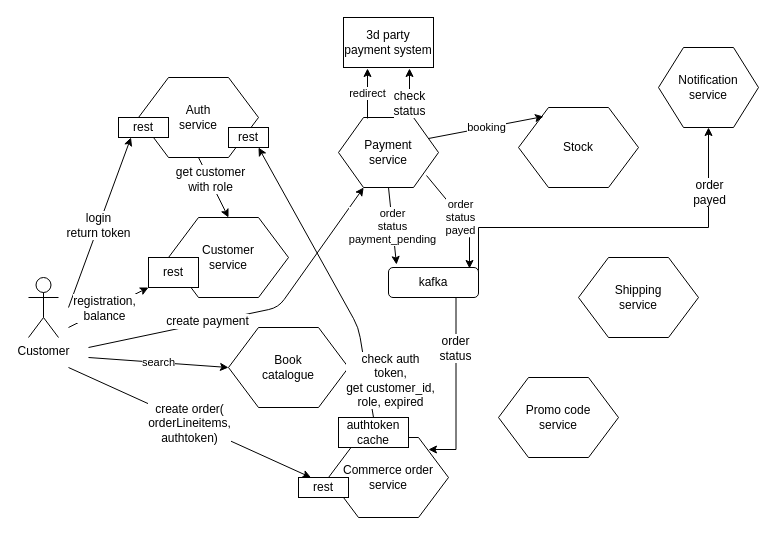
Earlier version of the draw.io diagram microservices-doc/drawio/store-microservice.drawio (skallod/architecture). Source tidied: cells renumbered, new cells numbered last; positions are measured from the earlier drawing's top-left corner, leaving out a move shared by most shapes. Both pictures are drawn from the tidied source at 100%, with x=0, y=0 at pixel (28, 17).
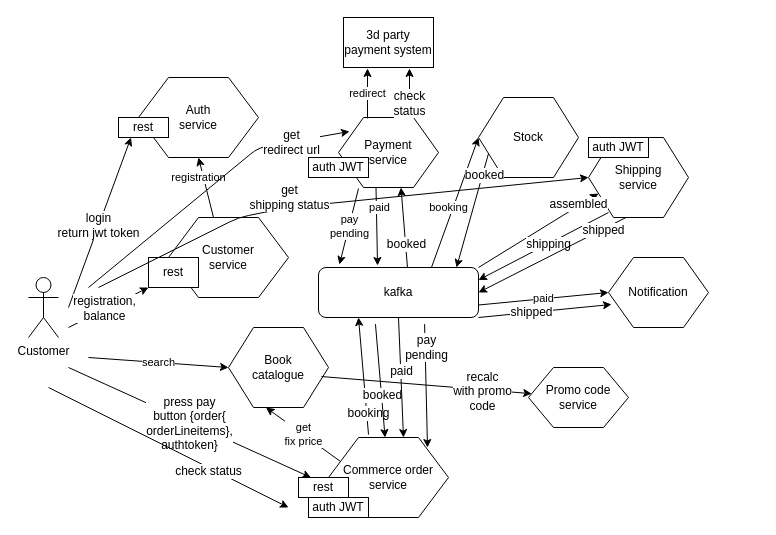
The same page after the edit.

Commit message (it also covers changes not shown here):
service description

The change refers to these unchanged cells:
```xml
<mxCell id="2" value="Auth&lt;br&gt;service" style="shape=hexagon;perimeter=hexagonPerimeter2;whiteSpace=wrap;html=1;" parent="1" vertex="1">
  <mxGeometry x="110" y="60" width="120" height="80" as="geometry" />
</mxCell>
<mxCell id="4" value="Customer&lt;br&gt;service" style="shape=hexagon;perimeter=hexagonPerimeter2;whiteSpace=wrap;html=1;" parent="1" vertex="1">
  <mxGeometry x="140" y="200" width="120" height="80" as="geometry" />
</mxCell>
<mxCell id="5" value="Payment&lt;br&gt;service" style="shape=hexagon;perimeter=hexagonPerimeter2;whiteSpace=wrap;html=1;" parent="1" vertex="1">
  <mxGeometry x="310" y="100" width="100" height="70" as="geometry" />
</mxCell>
<mxCell id="11" value="Commerce order&lt;br&gt;service" style="shape=hexagon;perimeter=hexagonPerimeter2;whiteSpace=wrap;html=1;" parent="1" vertex="1">
  <mxGeometry x="300" y="420" width="120" height="80" as="geometry" />
</mxCell>
<mxCell id="12" style="endArrow=classic;html=1;entryX=0.25;entryY=1;entryDx=0;entryDy=0;" parent="1" edge="1" target="9">
  <mxGeometry relative="1" as="geometry">
    <mxPoint x="40" y="290" as="sourcePoint" />
  </mxGeometry>
</mxCell>
<mxCell id="25" style="endArrow=classic;html=1;entryX=0.25;entryY=0;entryDx=0;entryDy=0;" parent="1" edge="1" target="29">
  <mxGeometry relative="1" as="geometry">
    <mxPoint x="40" y="350" as="sourcePoint" />
  </mxGeometry>
</mxCell>
```

Change to the diagram source:
```diff
@@
     <mxCell id="3" value="Book&lt;br&gt;catalogue" style="shape=hexagon;perimeter=hexagonPerimeter2;whiteSpace=wrap;html=1;" parent="1" vertex="1">
-      <mxGeometry x="200" y="310" width="120" height="80" as="geometry" />
+      <mxGeometry x="200" y="310" width="100" height="80" as="geometry" />
     </mxCell>
@@
     <mxCell id="6" value="Stock" style="shape=hexagon;perimeter=hexagonPerimeter2;whiteSpace=wrap;html=1;" parent="1" vertex="1">
-      <mxGeometry x="490" y="90" width="120" height="80" as="geometry" />
+      <mxGeometry x="450" y="80" width="100" height="80" as="geometry" />
     </mxCell>
     <mxCell id="7" value="Promo code&lt;br&gt;service" style="shape=hexagon;perimeter=hexagonPerimeter2;whiteSpace=wrap;html=1;" parent="1" vertex="1">
-      <mxGeometry x="470" y="360" width="120" height="80" as="geometry" />
+      <mxGeometry x="500" y="350" width="100" height="60" as="geometry" />
     </mxCell>
-    <mxCell id="8" value="Shipping&lt;br&gt;service" style="shape=hexagon;perimeter=hexagonPerimeter2;whiteSpace=wrap;html=1;" parent="1" vertex="1">
-      <mxGeometry x="550" y="240" width="120" height="80" as="geometry" />
+    <mxCell id="8" value="Notification" style="shape=hexagon;perimeter=hexagonPerimeter2;whiteSpace=wrap;html=1;" parent="1" vertex="1">
+      <mxGeometry x="580" y="240" width="100" height="70" as="geometry" />
     </mxCell>
@@
-    <mxCell id="13" value="login&lt;br&gt;return token" style="text;html=1;align=center;verticalAlign=middle;labelBackgroundColor=#ffffff;" parent="12" vertex="1">
+    <mxCell id="13" value="login&lt;br&gt;return jwt token" style="text;html=1;align=center;verticalAlign=middle;labelBackgroundColor=#ffffff;" parent="12" vertex="1">
       <mxGeometry x="-0.03" y="1" relative="1" as="geometry" />
     </mxCell>
-    <mxCell id="14" style="endArrow=classic;html=1;exitX=0.5;exitY=1;exitDx=0;exitDy=0;entryX=0.5;entryY=0;entryDx=0;entryDy=0;" parent="1" edge="1" source="2" target="4">
-      <mxGeometry relative="1" as="geometry" />
-    </mxCell>
-    <mxCell id="15" value="get customer&lt;br&gt;with role" style="text;html=1;align=center;verticalAlign=middle;labelBackgroundColor=#ffffff;" parent="14" vertex="1">
-      <mxGeometry x="-0.28" y="1" relative="1" as="geometry" />
-    </mxCell>
@@
-    <mxCell id="19" value="Notification&lt;br&gt;service" style="shape=hexagon;perimeter=hexagonPerimeter2;whiteSpace=wrap;html=1;" parent="1" vertex="1">
-      <mxGeometry x="630" y="30" width="100" height="80" as="geometry" />
+    <mxCell id="19" value="Shipping&lt;br&gt;service" style="shape=hexagon;perimeter=hexagonPerimeter2;whiteSpace=wrap;html=1;" parent="1" vertex="1">
+      <mxGeometry x="560" y="120" width="100" height="80" as="geometry" />
     </mxCell>
-    <mxCell id="20" style="edgeStyle=orthogonalEdgeStyle;rounded=0;jettySize=auto;html=1;exitX=0.75;exitY=1;exitDx=0;exitDy=0;entryX=0.833;entryY=0.15;entryDx=0;entryDy=0;entryPerimeter=0;" parent="1" edge="1" source="24" target="11">
-      <mxGeometry relative="1" as="geometry">
-        <Array as="points">
-          <mxPoint x="428" y="432" />
-        </Array>
-      </mxGeometry>
-    </mxCell>
-    <mxCell id="21" value="order&lt;br&gt;status" style="text;html=1;align=center;verticalAlign=middle;labelBackgroundColor=#ffffff;" parent="20" vertex="1">
-      <mxGeometry x="-0.44" y="-1" relative="1" as="geometry" />
-    </mxCell>
-    <mxCell id="22" style="edgeStyle=orthogonalEdgeStyle;rounded=0;jettySize=auto;html=1;exitX=1;exitY=0.5;exitDx=0;exitDy=0;entryX=0.5;entryY=1;entryDx=0;entryDy=0;" parent="1" edge="1" source="24" target="19">
-      <mxGeometry relative="1" as="geometry">
-        <Array as="points">
-          <mxPoint x="450" y="210" />
-          <mxPoint x="680" y="210" />
-        </Array>
-      </mxGeometry>
-    </mxCell>
-    <mxCell id="23" value="order&lt;br&gt;payed" style="text;html=1;align=center;verticalAlign=middle;labelBackgroundColor=#ffffff;" parent="22" vertex="1">
-      <mxGeometry x="0.67" relative="1" as="geometry" />
-    </mxCell>
     <mxCell id="24" value="kafka" style="rounded=1;whiteSpace=wrap;html=1;" parent="1" vertex="1">
-      <mxGeometry x="360" y="250" width="90" height="30" as="geometry" />
+      <mxGeometry x="290" y="250" width="160" height="50" as="geometry" />
     </mxCell>
@@
-    <mxCell id="26" value="create order(&lt;br&gt;orderLineitems,&lt;br&gt;authtoken)" style="text;html=1;align=center;verticalAlign=middle;labelBackgroundColor=#ffffff;" parent="25" vertex="1">
+    <mxCell id="26" value="press pay&lt;br&gt;button {order{&lt;br&gt;orderLineitems},&lt;br&gt;authtoken}" style="text;html=1;align=center;verticalAlign=middle;labelBackgroundColor=#ffffff;" parent="25" vertex="1">
       <mxGeometry y="-1" relative="1" as="geometry" />
     </mxCell>
-    <mxCell id="27" style="endArrow=classic;html=1;exitX=0.5;exitY=0;exitDx=0;exitDy=0;entryX=0.75;entryY=1;entryDx=0;entryDy=0;" parent="1" edge="1" source="34" target="30">
-      <mxGeometry relative="1" as="geometry">
-        <Array as="points">
-          <mxPoint x="330" y="310" />
-        </Array>
-      </mxGeometry>
-    </mxCell>
-    <mxCell id="28" value="check auth&lt;br&gt;token,&lt;br&gt;get customer_id,&lt;br&gt;role, expired" style="text;html=1;align=center;verticalAlign=middle;labelBackgroundColor=#ffffff;" parent="27" vertex="1">
-      <mxGeometry x="0.16" y="-3" relative="1" as="geometry">
-        <mxPoint x="68.5" y="124.4" as="offset" />
-      </mxGeometry>
-    </mxCell>
@@
-    <mxCell id="30" value="rest" style="rounded=0;whiteSpace=wrap;html=1;" parent="1" vertex="1">
-      <mxGeometry x="200" y="110" width="40" height="20" as="geometry" />
-    </mxCell>
-    <mxCell id="31" style="endArrow=classic;html=1;" parent="1" edge="1" target="5">
-      <mxGeometry relative="1" as="geometry">
-        <mxPoint x="60" y="330" as="sourcePoint" />
-        <Array as="points">
-          <mxPoint x="250" y="290" />
-        </Array>
-      </mxGeometry>
-    </mxCell>
-    <mxCell id="32" value="create payment" style="text;html=1;align=center;verticalAlign=middle;labelBackgroundColor=#ffffff;" parent="31" vertex="1">
-      <mxGeometry x="-0.23" y="-1" relative="1" as="geometry">
-        <mxPoint x="-9.4" as="offset" />
-      </mxGeometry>
-    </mxCell>
@@
-    <mxCell id="34" value="authtoken cache" style="rounded=0;whiteSpace=wrap;html=1;" parent="1" vertex="1">
-      <mxGeometry x="310" y="400" width="70" height="30" as="geometry" />
+    <mxCell id="34" value="auth JWT" style="rounded=0;whiteSpace=wrap;html=1;" parent="1" vertex="1">
+      <mxGeometry x="280" y="480" width="60" height="20" as="geometry" />
     </mxCell>
@@
-    <mxCell id="39" value="order&lt;br&gt;status&lt;br&gt;payment_pending" style="endArrow=classic;html=1;exitX=0.5;exitY=1;exitDx=0;exitDy=0;entryX=0.089;entryY=-0.1;entryDx=0;entryDy=0;entryPerimeter=0;" parent="1" edge="1" source="5" target="24">
+    <mxCell id="39" value="pay&lt;br&gt;pending" style="endArrow=classic;html=1;exitX=0.2;exitY=1.014;exitDx=0;exitDy=0;exitPerimeter=0;entryX=0.131;entryY=-0.06;entryDx=0;entryDy=0;entryPerimeter=0;" parent="1" edge="1" source="5" target="24">
       <mxGeometry relative="1" as="geometry" />
     </mxCell>
-    <mxCell id="40" value="order&lt;br&gt;status&lt;br&gt;payed" style="endArrow=classic;html=1;exitX=0.88;exitY=0.829;exitDx=0;exitDy=0;exitPerimeter=0;entryX=0.9;entryY=0.033;entryDx=0;entryDy=0;entryPerimeter=0;" parent="1" edge="1" source="5" target="24">
-      <mxGeometry relative="1" as="geometry">
-        <Array as="points">
-          <mxPoint x="441" y="210" />
-        </Array>
-      </mxGeometry>
+    <mxCell id="40" value="paid" style="endArrow=classic;html=1;exitX=0.375;exitY=1;exitDx=0;exitDy=0;entryX=0.369;entryY=-0.04;entryDx=0;entryDy=0;entryPerimeter=0;" parent="1" edge="1" source="5" target="24">
+      <mxGeometry x="-0.5" y="3" relative="1" as="geometry" />
     </mxCell>
-    <mxCell id="41" value="booking" style="endArrow=classic;html=1;exitX=1;exitY=0.25;exitDx=0;exitDy=0;entryX=0.208;entryY=0.113;entryDx=0;entryDy=0;entryPerimeter=0;" parent="1" edge="1" source="5" target="6">
-      <mxGeometry relative="1" as="geometry" />
+    <mxCell id="41" value="booking" style="endArrow=classic;html=1;exitX=0.706;exitY=0;exitDx=0;exitDy=0;entryX=0;entryY=0.5;entryDx=0;entryDy=0;exitPerimeter=0;" parent="1" edge="1" source="24" target="6">
+      <mxGeometry x="-0.1" y="4" relative="1" as="geometry" />
     </mxCell>
+    <mxCell id="42" value="registration" style="endArrow=classic;html=1;exitX=0.375;exitY=0;exitDx=0;exitDy=0;entryX=0.5;entryY=1;entryDx=0;entryDy=0;" parent="1" edge="1" source="4" target="2">
+      <mxGeometry x="0.37" y="5" relative="1" as="geometry" />
+    </mxCell>
+    <mxCell id="43" style="endArrow=classic;html=1;entryX=0.25;entryY=1;entryDx=0;entryDy=0;" parent="1" edge="1" target="24">
+      <mxGeometry relative="1" as="geometry">
+        <mxPoint x="340" y="417" as="sourcePoint" />
+      </mxGeometry>
+    </mxCell>
+    <mxCell id="44" value="booking" style="text;html=1;align=center;verticalAlign=middle;labelBackgroundColor=#ffffff;" parent="43" vertex="1">
+      <mxGeometry x="-0.65" y="-1" relative="1" as="geometry" />
+    </mxCell>
+    <mxCell id="22" style="endArrow=classic;html=1;exitX=1;exitY=0;exitDx=0;exitDy=0;entryX=0;entryY=0.75;entryDx=0;entryDy=0;" parent="1" edge="1" source="24" target="19">
+      <mxGeometry relative="1" as="geometry" />
+    </mxCell>
+    <mxCell id="45" value="assembled" style="text;html=1;align=center;verticalAlign=middle;labelBackgroundColor=#ffffff;" parent="22" vertex="1">
+      <mxGeometry x="0.67" y="2" relative="1" as="geometry" />
+    </mxCell>
+    <mxCell id="46" style="endArrow=classic;html=1;exitX=0.356;exitY=1.133;exitDx=0;exitDy=0;exitPerimeter=0;" parent="1" edge="1" source="24" target="11">
+      <mxGeometry relative="1" as="geometry" />
+    </mxCell>
+    <mxCell id="47" value="booked" style="text;html=1;align=center;verticalAlign=middle;labelBackgroundColor=#ffffff;" parent="46" vertex="1">
+      <mxGeometry x="0.25" y="1" relative="1" as="geometry" />
+    </mxCell>
+    <mxCell id="48" style="endArrow=classic;html=1;exitX=0.5;exitY=1;exitDx=0;exitDy=0;entryX=0.625;entryY=0;entryDx=0;entryDy=0;" parent="1" edge="1" source="24" target="11">
+      <mxGeometry relative="1" as="geometry" />
+    </mxCell>
+    <mxCell id="49" value="paid" style="text;html=1;align=center;verticalAlign=middle;labelBackgroundColor=#ffffff;" parent="48" vertex="1">
+      <mxGeometry x="-0.24" y="1" relative="1" as="geometry">
+        <mxPoint y="7.1" as="offset" />
+      </mxGeometry>
+    </mxCell>
+    <mxCell id="50" style="endArrow=classic;html=1;exitX=0;exitY=0.75;exitDx=0;exitDy=0;" parent="1" edge="1" source="6">
+      <mxGeometry relative="1" as="geometry">
+        <mxPoint x="428" y="250" as="targetPoint" />
+      </mxGeometry>
+    </mxCell>
+    <mxCell id="51" value="booked" style="text;html=1;align=center;verticalAlign=middle;labelBackgroundColor=#ffffff;" parent="50" vertex="1">
+      <mxGeometry x="-0.63" y="1" relative="1" as="geometry" />
+    </mxCell>
+    <mxCell id="52" style="endArrow=classic;html=1;entryX=0.625;entryY=1;entryDx=0;entryDy=0;exitX=0.556;exitY=0;exitDx=0;exitDy=0;exitPerimeter=0;" parent="1" edge="1" source="24" target="5">
+      <mxGeometry relative="1" as="geometry" />
+    </mxCell>
+    <mxCell id="53" value="booked" style="text;html=1;align=center;verticalAlign=middle;labelBackgroundColor=#ffffff;" parent="52" vertex="1">
+      <mxGeometry x="-0.41" relative="1" as="geometry" />
+    </mxCell>
+    <mxCell id="54" style="endArrow=classic;html=1;exitX=0.663;exitY=1.133;exitDx=0;exitDy=0;exitPerimeter=0;entryX=0.825;entryY=0.125;entryDx=0;entryDy=0;entryPerimeter=0;" parent="1" edge="1" source="24" target="11">
+      <mxGeometry relative="1" as="geometry" />
+    </mxCell>
+    <mxCell id="55" value="pay&lt;br&gt;pending" style="text;html=1;align=center;verticalAlign=middle;labelBackgroundColor=#ffffff;" parent="54" vertex="1">
+      <mxGeometry x="-0.74" y="1" relative="1" as="geometry">
+        <mxPoint y="7" as="offset" />
+      </mxGeometry>
+    </mxCell>
+    <mxCell id="56" style="endArrow=classic;html=1;entryX=0.11;entryY=0.2;entryDx=0;entryDy=0;entryPerimeter=0;" parent="1" edge="1" target="5">
+      <mxGeometry relative="1" as="geometry">
+        <mxPoint x="60" y="270" as="sourcePoint" />
+        <Array as="points">
+          <mxPoint x="230" y="130" />
+        </Array>
+      </mxGeometry>
+    </mxCell>
+    <mxCell id="57" value="get&lt;br&gt;redirect url" style="text;html=1;align=center;verticalAlign=middle;labelBackgroundColor=#ffffff;" parent="56" vertex="1">
+      <mxGeometry x="0.62" relative="1" as="geometry" />
+    </mxCell>
+    <mxCell id="58" style="endArrow=classic;html=1;entryX=1;entryY=0.25;entryDx=0;entryDy=0;exitX=0.2;exitY=0.938;exitDx=0;exitDy=0;exitPerimeter=0;" parent="1" edge="1" source="19" target="24">
+      <mxGeometry relative="1" as="geometry" />
+    </mxCell>
+    <mxCell id="59" value="shipping" style="text;html=1;align=center;verticalAlign=middle;labelBackgroundColor=#ffffff;" parent="58" vertex="1">
+      <mxGeometry x="-0.39" relative="1" as="geometry">
+        <mxPoint x="-20.8" y="10.9" as="offset" />
+      </mxGeometry>
+    </mxCell>
+    <mxCell id="60" style="endArrow=classic;html=1;exitX=0.375;exitY=1;exitDx=0;exitDy=0;entryX=1;entryY=0.5;entryDx=0;entryDy=0;" parent="1" edge="1" source="19" target="24">
+      <mxGeometry relative="1" as="geometry" />
+    </mxCell>
+    <mxCell id="61" value="shipped" style="text;html=1;align=center;verticalAlign=middle;labelBackgroundColor=#ffffff;" parent="60" vertex="1">
+      <mxGeometry x="-0.67" relative="1" as="geometry">
+        <mxPoint x="1" as="offset" />
+      </mxGeometry>
+    </mxCell>
+    <mxCell id="62" value="paid" style="endArrow=classic;html=1;entryX=0;entryY=0.5;entryDx=0;entryDy=0;exitX=1;exitY=0.75;exitDx=0;exitDy=0;" parent="1" edge="1" source="24" target="8">
+      <mxGeometry relative="1" as="geometry" />
+    </mxCell>
+    <mxCell id="63" style="endArrow=classic;html=1;entryX=0.03;entryY=0.671;entryDx=0;entryDy=0;entryPerimeter=0;exitX=1;exitY=1;exitDx=0;exitDy=0;" parent="1" edge="1" source="24" target="8">
+      <mxGeometry relative="1" as="geometry" />
+    </mxCell>
+    <mxCell id="64" value="shipped" style="text;html=1;align=center;verticalAlign=middle;labelBackgroundColor=#ffffff;" parent="63" vertex="1">
+      <mxGeometry x="-0.21" relative="1" as="geometry" />
+    </mxCell>
+    <mxCell id="65" value="&lt;br&gt;" style="text;html=1;align=center;verticalAlign=middle;labelBackgroundColor=#ffffff;" parent="63" vertex="1">
+      <mxGeometry x="-0.6" y="-1" relative="1" as="geometry" />
+    </mxCell>
+    <mxCell id="66" value="get&lt;br&gt;fix price" style="endArrow=classic;html=1;exitX=0;exitY=0.25;exitDx=0;exitDy=0;entryX=0.375;entryY=1;entryDx=0;entryDy=0;" parent="1" edge="1" source="11" target="3">
+      <mxGeometry relative="1" as="geometry" />
+    </mxCell>
+    <mxCell id="67" style="endArrow=classic;html=1;exitX=0.93;exitY=0.613;exitDx=0;exitDy=0;exitPerimeter=0;" parent="1" edge="1" source="3" target="7">
+      <mxGeometry relative="1" as="geometry" />
+    </mxCell>
+    <mxCell id="68" value="recalc&lt;br&gt;with promo&lt;br&gt;code" style="text;html=1;align=center;verticalAlign=middle;labelBackgroundColor=#ffffff;" parent="67" vertex="1">
+      <mxGeometry x="0.53" y="-1" relative="1" as="geometry" />
+    </mxCell>
+    <mxCell id="69" style="endArrow=classic;html=1;entryX=0;entryY=0.5;entryDx=0;entryDy=0;" parent="1" edge="1" target="19">
+      <mxGeometry relative="1" as="geometry">
+        <mxPoint x="70" y="270" as="sourcePoint" />
+        <Array as="points">
+          <mxPoint x="210" y="200" />
+          <mxPoint x="260" y="190" />
+        </Array>
+      </mxGeometry>
+    </mxCell>
+    <mxCell id="70" value="get&lt;br&gt;shipping status" style="text;html=1;align=center;verticalAlign=middle;labelBackgroundColor=#ffffff;" parent="69" vertex="1">
+      <mxGeometry x="0.06" y="2" relative="1" as="geometry">
+        <mxPoint x="-61" y="-1.9" as="offset" />
+      </mxGeometry>
+    </mxCell>
+    <mxCell id="71" value="auth JWT" style="rounded=0;whiteSpace=wrap;html=1;" parent="1" vertex="1">
+      <mxGeometry x="280" y="140" width="60" height="20" as="geometry" />
+    </mxCell>
+    <mxCell id="72" value="auth JWT" style="rounded=0;whiteSpace=wrap;html=1;" parent="1" vertex="1">
+      <mxGeometry x="560" y="120" width="60" height="20" as="geometry" />
+    </mxCell>
+    <mxCell id="73" style="endArrow=classic;html=1;" parent="1" edge="1">
+      <mxGeometry relative="1" as="geometry">
+        <mxPoint x="20" y="370" as="sourcePoint" />
+        <mxPoint x="260" y="490" as="targetPoint" />
+      </mxGeometry>
+    </mxCell>
+    <mxCell id="74" value="check status" style="text;html=1;align=center;verticalAlign=middle;labelBackgroundColor=#ffffff;" parent="73" vertex="1">
+      <mxGeometry x="0.34" y="-3" relative="1" as="geometry" />
+    </mxCell>
```
